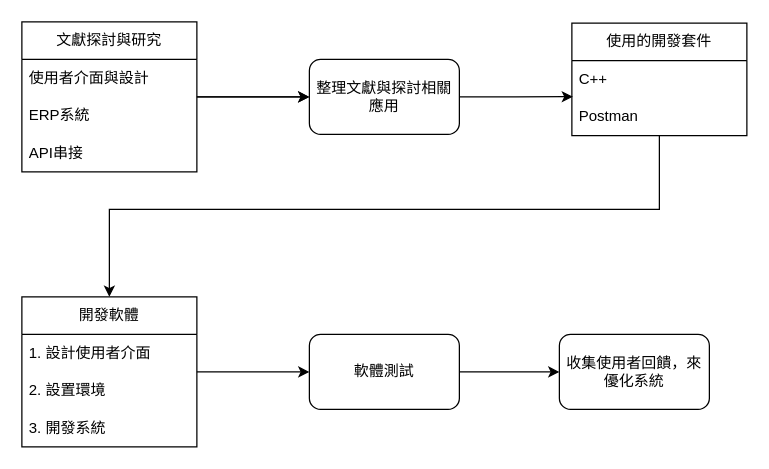
Above: 研究架構.drawio in calvink11/project (draw.io), before the change. Source tidied: cells renumbered, new cells numbered last; positions are measured from the earlier drawing's top-left corner, leaving out a move shared by most shapes. Both pictures are drawn from the tidied source at 125%, with x=0, y=0 at pixel (21, 21).
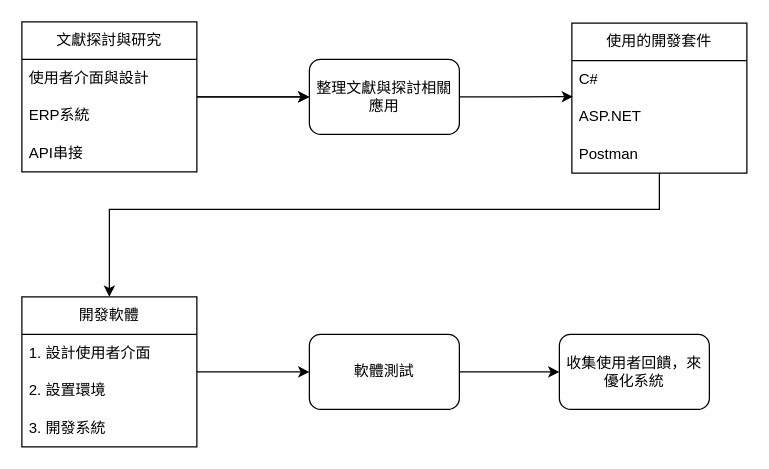
After the change.

The edit, as a diff of the source:
```diff
@@
     <mxCell id="11" value="使用的開發套件" style="swimlane;fontStyle=0;horizontal=1;startSize=30;whiteSpace=wrap;html=1;" parent="1" vertex="1">
-      <mxGeometry x="440" y="1" width="140" height="90" as="geometry" />
+      <mxGeometry x="440" y="1" width="140" height="120" as="geometry" />
     </mxCell>
-    <mxCell id="12" value="C++" style="text;strokeColor=none;fillColor=none;align=left;verticalAlign=middle;spacingLeft=4;spacingRight=4;overflow=hidden;points=[[0,0.5],[1,0.5]];portConstraint=eastwest;whiteSpace=wrap;html=1;" parent="11" vertex="1">
+    <mxCell id="12" value="C#" style="text;strokeColor=none;fillColor=none;align=left;verticalAlign=middle;spacingLeft=4;spacingRight=4;overflow=hidden;points=[[0,0.5],[1,0.5]];portConstraint=eastwest;whiteSpace=wrap;html=1;" parent="11" vertex="1">
       <mxGeometry y="30" width="140" height="30" as="geometry" />
     </mxCell>
-    <mxCell id="13" value="Postman" style="text;strokeColor=none;fillColor=none;align=left;verticalAlign=middle;spacingLeft=4;spacingRight=4;overflow=hidden;whiteSpace=wrap;html=1;" parent="11" vertex="1">
+    <mxCell id="13" value="ASP.NET" style="text;strokeColor=none;fillColor=none;align=left;verticalAlign=middle;spacingLeft=4;spacingRight=4;overflow=hidden;whiteSpace=wrap;html=1;" parent="11" vertex="1">
       <mxGeometry y="60" width="140" height="30" as="geometry" />
     </mxCell>
+    <mxCell id="22" value="Postman" style="text;strokeColor=none;fillColor=none;align=left;verticalAlign=middle;spacingLeft=4;spacingRight=4;overflow=hidden;whiteSpace=wrap;html=1;" parent="11" vertex="1">
+      <mxGeometry y="90" width="140" height="30" as="geometry" />
+    </mxCell>
```
